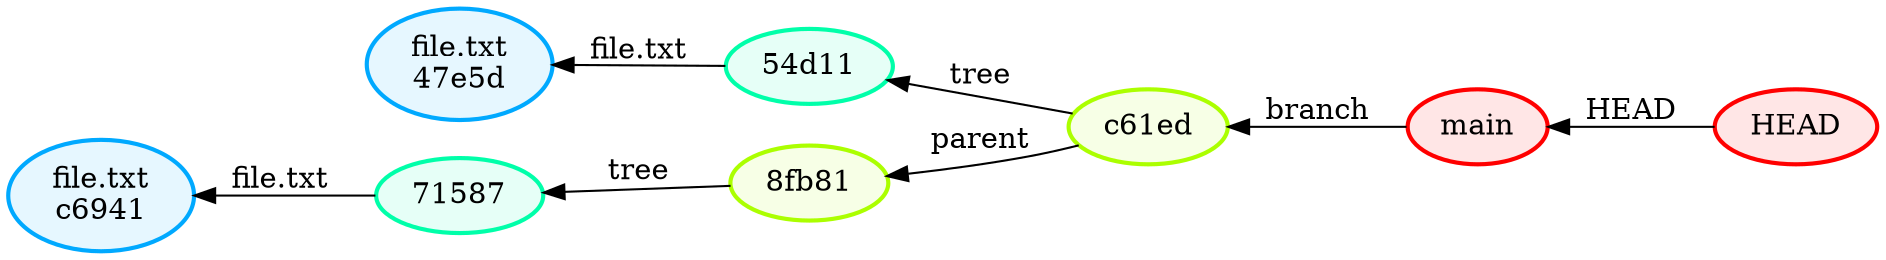
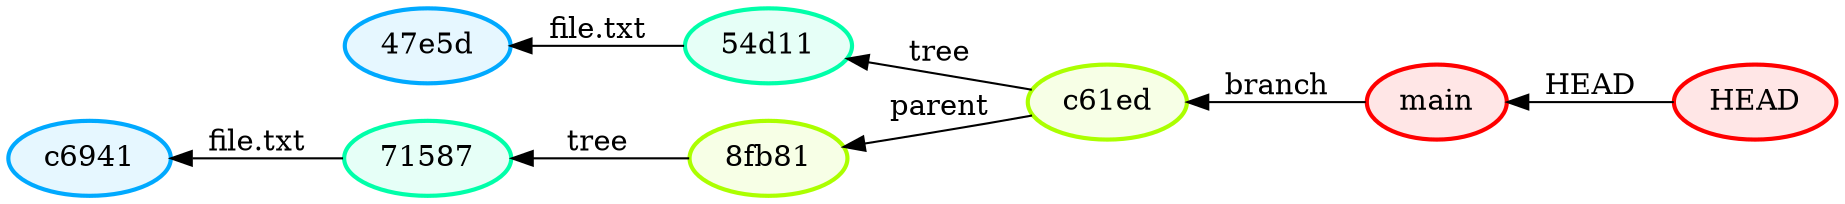
digraph {
	graph [rankdir=RL]
	HEAD [label=HEAD color="0.000 1.000 1.000" fillcolor="0.000 0.100 1.000" penwidth=2 style=filled]
	HEAD -> "refs/heads/main" [label=HEAD]
	"refs/heads/main" [label=main color="0.000 1.000 1.000" fillcolor="0.000 0.100 1.000" penwidth=2 style=filled]
	"refs/heads/main" -> c61edbef2405d779b6f3a7bd006e68f095e7ed87 [label=branch]
	c61edbef2405d779b6f3a7bd006e68f095e7ed87 [label=c61ed color="0.222 1.000 1.000" fillcolor="0.222 0.100 1.000" penwidth=2 style=filled]
	"54d114dcd54f55e58d8b7dff2a1963d0d807b490" [label="54d11" color="0.444 1.000 1.000" fillcolor="0.444 0.100 1.000" penwidth=2 style=filled]
	c61edbef2405d779b6f3a7bd006e68f095e7ed87 -> "54d114dcd54f55e58d8b7dff2a1963d0d807b490" [label=tree]
- 	"47e5d40a50f8db1524f5308633ae3f0d1de58619" [label="file.txt
- 47e5d" color="0.556 1.000 1.000" fillcolor="0.556 0.100 1.000" penwidth=2 style=filled]
+ 	"47e5d40a50f8db1524f5308633ae3f0d1de58619" [label="47e5d" color="0.556 1.000 1.000" fillcolor="0.556 0.100 1.000" penwidth=2 style=filled]
	"54d114dcd54f55e58d8b7dff2a1963d0d807b490" -> "47e5d40a50f8db1524f5308633ae3f0d1de58619" [label="file.txt"]
	c61edbef2405d779b6f3a7bd006e68f095e7ed87 -> "8fb8112ef48db44d2d05e1764e69d43c68e16cf7" [label=parent]
	"8fb8112ef48db44d2d05e1764e69d43c68e16cf7" [label="8fb81" color="0.222 1.000 1.000" fillcolor="0.222 0.100 1.000" penwidth=2 style=filled]
	"71587d436d19a3bab16924de049d5aba0e7e154c" [label=71587 color="0.444 1.000 1.000" fillcolor="0.444 0.100 1.000" penwidth=2 style=filled]
	"8fb8112ef48db44d2d05e1764e69d43c68e16cf7" -> "71587d436d19a3bab16924de049d5aba0e7e154c" [label=tree]
- 	c694117fd4e76c22ae04348c15861413019aa03b [label="file.txt
- c6941" color="0.556 1.000 1.000" fillcolor="0.556 0.100 1.000" penwidth=2 style=filled]
+ 	c694117fd4e76c22ae04348c15861413019aa03b [label=c6941 color="0.556 1.000 1.000" fillcolor="0.556 0.100 1.000" penwidth=2 style=filled]
	"71587d436d19a3bab16924de049d5aba0e7e154c" -> c694117fd4e76c22ae04348c15861413019aa03b [label="file.txt"]
}
